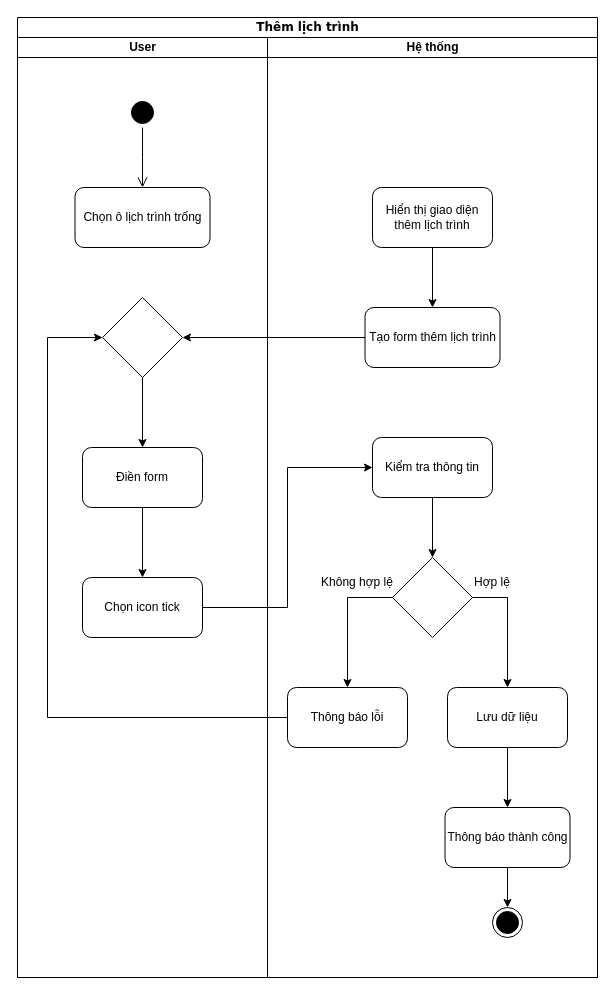
Before: documents/draw.io/activities/ThemLichTrinh.drawio in johnvo24/vku_bp2_web_youli, a draw.io diagram. Source tidied: cells renumbered, new cells numbered last; positions are measured from the earlier drawing's top-left corner, leaving out a move shared by most shapes. Both pictures are drawn from the tidied source at 100%, with x=0, y=0 at pixel (17, 17).
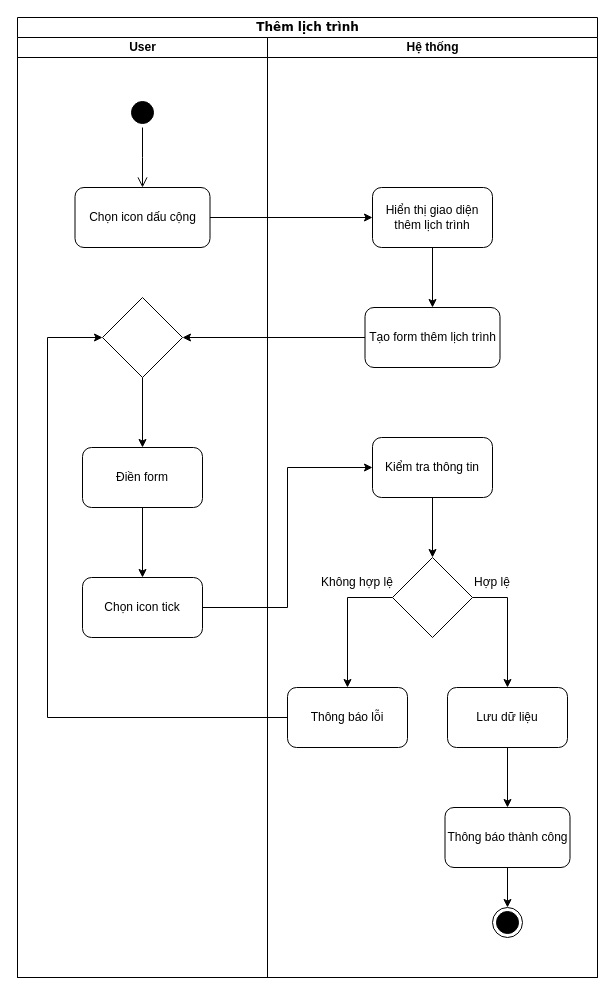
The same page after the edit.

Unchanged cells that the change refers to:
```xml
<mxCell id="2" value="Thêm lịch trình" style="swimlane;html=1;startSize=20;rounded=0;shadow=0;comic=0;labelBackgroundColor=none;strokeWidth=1;fontFamily=Verdana;fontSize=12;align=center;" parent="1" vertex="1">
  <mxGeometry width="580" height="960" as="geometry" />
</mxCell>
<mxCell id="5" value="User" style="swimlane;html=1;startSize=20;" parent="2" vertex="1">
  <mxGeometry y="20" width="250" height="940" as="geometry" />
</mxCell>
<mxCell id="16" value="Hiển thị giao diện thêm lịch trình" style="rounded=1;whiteSpace=wrap;html=1;strokeColor=#000000;" parent="14" vertex="1">
  <mxGeometry x="105" y="150" width="120" height="60" as="geometry" />
</mxCell>
```

What changed in the source:
```diff
@@
-    <mxCell id="8" value="Chọn ô lịch trình trống" style="rounded=1;whiteSpace=wrap;html=1;strokeColor=#000000;" parent="5" vertex="1">
+    <mxCell id="8" value="Chọn icon dấu cộng" style="rounded=1;whiteSpace=wrap;html=1;strokeColor=#000000;" parent="5" vertex="1">
       <mxGeometry x="57.5" y="150" width="135" height="60" as="geometry" />
     </mxCell>
@@
+    <mxCell id="32" style="edgeStyle=orthogonalEdgeStyle;rounded=0;jettySize=auto;html=1;entryX=0;entryY=0.5;entryDx=0;entryDy=0;" parent="2" edge="1" source="8" target="16">
+      <mxGeometry relative="1" as="geometry" />
+    </mxCell>
```
